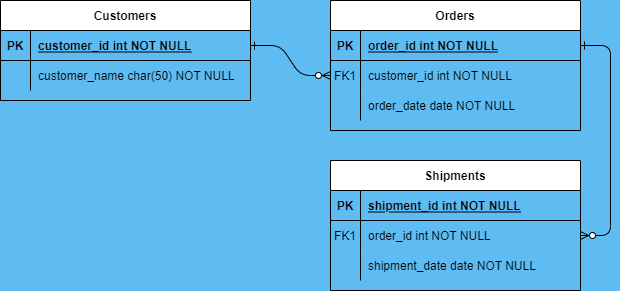
Before: DB/Translation ER Diagram.png, a diagram exported from draw.io (tsgsOFFICIAL/Kilgharrah). Source tidied: cells renumbered, new cells last; positions are measured from the earlier drawing's top-left corner, leaving out a move shared by most shapes.
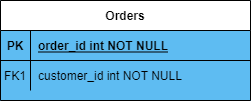
After the commit.

Change to the diagram source:
```diff
@@ -2,14 +2,8 @@
   <root>
     <mxCell id="0" />
     <mxCell id="1" parent="0" />
-    <mxCell id="2" style="edgeStyle=entityRelationEdgeStyle;endArrow=ERzeroToMany;startArrow=ERone;endFill=1;startFill=0;" parent="1" edge="1" source="25" target="8">
-      <mxGeometry relative="1" as="geometry" />
-    </mxCell>
-    <mxCell id="3" style="edgeStyle=entityRelationEdgeStyle;endArrow=ERzeroToMany;startArrow=ERone;endFill=1;startFill=0;" parent="1" edge="1" source="5" target="18">
-      <mxGeometry relative="1" as="geometry" />
-    </mxCell>
     <mxCell id="4" value="Orders" style="shape=table;startSize=30;rowLines=0;fontStyle=1;align=center;" parent="1" vertex="1">
-      <mxGeometry x="330" width="250" height="130" as="geometry" />
+      <mxGeometry x="330" width="250" height="100" as="geometry" />
     </mxCell>
     <mxCell id="5" style="shape=partialRectangle;fillColor=none;points=[[0,0.5],[1,0.5]];portConstraint=eastwest;top=0;left=0;right=0;bottom=1;" parent="4" vertex="1">
       <mxGeometry y="30" width="250" height="30" as="geometry" />
@@ -29,65 +23,5 @@
     <mxCell id="10" value="customer_id int NOT NULL" style="shape=partialRectangle;overflow=hidden;fillColor=none;top=0;left=0;bottom=0;right=0;align=left;spacingLeft=6;" parent="8" vertex="1">
       <mxGeometry x="30" width="220" height="30" as="geometry" />
     </mxCell>
-    <mxCell id="11" style="shape=partialRectangle;fillColor=none;top=0;left=0;right=0;bottom=0;" parent="4" vertex="1">
-      <mxGeometry y="90" width="250" height="30" as="geometry" />
-    </mxCell>
-    <mxCell id="12" style="shape=partialRectangle;overflow=hidden;fillColor=none;top=0;left=0;bottom=0;right=0;" parent="11" vertex="1">
-      <mxGeometry width="30" height="30" as="geometry" />
-    </mxCell>
-    <mxCell id="13" value="order_date date NOT NULL" style="shape=partialRectangle;overflow=hidden;fillColor=none;top=0;left=0;bottom=0;right=0;align=left;spacingLeft=6;" parent="11" vertex="1">
-      <mxGeometry x="30" width="220" height="30" as="geometry" />
-    </mxCell>
-    <mxCell id="14" value="Shipments" style="shape=table;startSize=30;rowLines=0;fontStyle=1;align=center;" parent="1" vertex="1">
-      <mxGeometry x="330" y="160" width="250" height="130" as="geometry" />
-    </mxCell>
-    <mxCell id="15" style="shape=partialRectangle;fillColor=none;top=0;left=0;right=0;bottom=1;" parent="14" vertex="1">
-      <mxGeometry y="30" width="250" height="30" as="geometry" />
-    </mxCell>
-    <mxCell id="16" value="PK" style="shape=partialRectangle;overflow=hidden;fillColor=none;top=0;left=0;bottom=0;right=0;fontStyle=1;" parent="15" vertex="1">
-      <mxGeometry width="30" height="30" as="geometry" />
-    </mxCell>
-    <mxCell id="17" value="shipment_id int NOT NULL " style="shape=partialRectangle;overflow=hidden;fillColor=none;top=0;left=0;bottom=0;right=0;align=left;spacingLeft=6;fontStyle=5;" parent="15" vertex="1">
-      <mxGeometry x="30" width="220" height="30" as="geometry" />
-    </mxCell>
-    <mxCell id="18" style="shape=partialRectangle;fillColor=none;points=[[0,0.5],[1,0.5]];portConstraint=eastwest;top=0;left=0;right=0;bottom=0;" parent="14" vertex="1">
-      <mxGeometry y="60" width="250" height="30" as="geometry" />
-    </mxCell>
-    <mxCell id="19" value="FK1" style="shape=partialRectangle;overflow=hidden;fillColor=none;top=0;left=0;bottom=0;right=0;" parent="18" vertex="1">
-      <mxGeometry width="30" height="30" as="geometry" />
-    </mxCell>
-    <mxCell id="20" value="order_id int NOT NULL" style="shape=partialRectangle;overflow=hidden;fillColor=none;top=0;left=0;bottom=0;right=0;align=left;spacingLeft=6;" parent="18" vertex="1">
-      <mxGeometry x="30" width="220" height="30" as="geometry" />
-    </mxCell>
-    <mxCell id="21" style="shape=partialRectangle;fillColor=none;top=0;left=0;right=0;bottom=0;" parent="14" vertex="1">
-      <mxGeometry y="90" width="250" height="30" as="geometry" />
-    </mxCell>
-    <mxCell id="22" style="shape=partialRectangle;overflow=hidden;fillColor=none;top=0;left=0;bottom=0;right=0;" parent="21" vertex="1">
-      <mxGeometry width="30" height="30" as="geometry" />
-    </mxCell>
-    <mxCell id="23" value="shipment_date date NOT NULL" style="shape=partialRectangle;overflow=hidden;fillColor=none;top=0;left=0;bottom=0;right=0;align=left;spacingLeft=6;" parent="21" vertex="1">
-      <mxGeometry x="30" width="220" height="30" as="geometry" />
-    </mxCell>
-    <mxCell id="24" value="Customers" style="shape=table;startSize=30;rowLines=0;fontStyle=1;align=center;" parent="1" vertex="1">
-      <mxGeometry width="250" height="100" as="geometry" />
-    </mxCell>
-    <mxCell id="25" style="shape=partialRectangle;fillColor=none;points=[[0,0.5],[1,0.5]];portConstraint=eastwest;top=0;left=0;right=0;bottom=1;" parent="24" vertex="1">
-      <mxGeometry y="30" width="250" height="30" as="geometry" />
-    </mxCell>
-    <mxCell id="26" value="PK" style="shape=partialRectangle;overflow=hidden;fillColor=none;top=0;left=0;bottom=0;right=0;fontStyle=1;" parent="25" vertex="1">
-      <mxGeometry width="30" height="30" as="geometry" />
-    </mxCell>
-    <mxCell id="27" value="customer_id int NOT NULL " style="shape=partialRectangle;overflow=hidden;fillColor=none;top=0;left=0;bottom=0;right=0;align=left;spacingLeft=6;fontStyle=5;" parent="25" vertex="1">
-      <mxGeometry x="30" width="220" height="30" as="geometry" />
-    </mxCell>
-    <mxCell id="28" style="shape=partialRectangle;fillColor=none;top=0;left=0;right=0;bottom=0;" parent="24" vertex="1">
-      <mxGeometry y="60" width="250" height="30" as="geometry" />
-    </mxCell>
-    <mxCell id="29" style="shape=partialRectangle;overflow=hidden;fillColor=none;top=0;left=0;bottom=0;right=0;" parent="28" vertex="1">
-      <mxGeometry width="30" height="30" as="geometry" />
-    </mxCell>
-    <mxCell id="30" value="customer_name char(50) NOT NULL" style="shape=partialRectangle;overflow=hidden;fillColor=none;top=0;left=0;bottom=0;right=0;align=left;spacingLeft=6;" parent="28" vertex="1">
-      <mxGeometry x="30" width="220" height="30" as="geometry" />
-    </mxCell>
   </root>
 </mxGraphModel>
```
